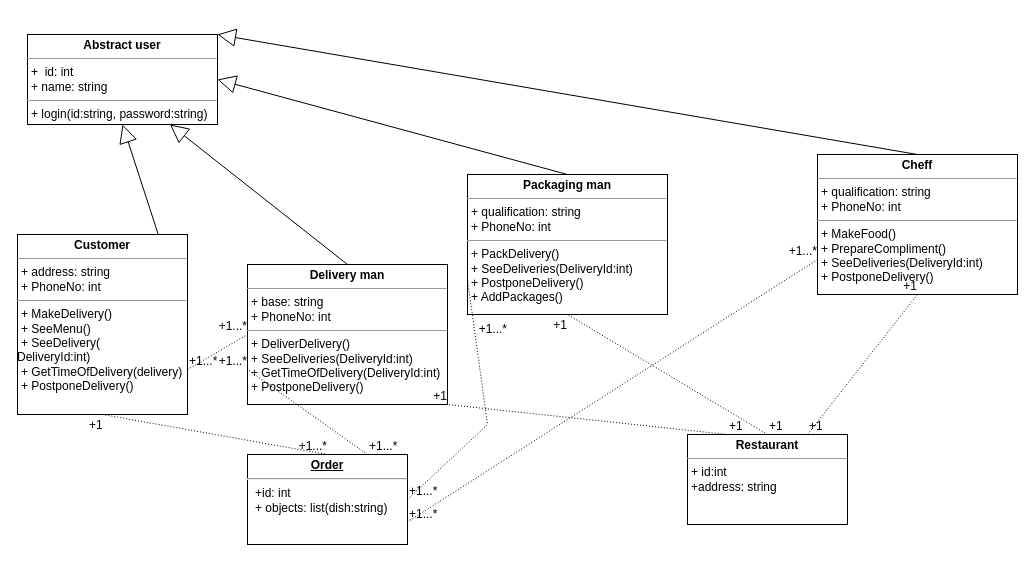
Earlier version of the draw.io diagram page "классов" (5 of 5) of Диаграмма без названия.drawio (MariaTolkacheva/Test-for-Tinkoff). Source tidied: cells renumbered, new cells numbered last; positions are measured from the earlier drawing's top-left corner, leaving out a move shared by most shapes. Both pictures are drawn from the tidied source at 100%, with x=0, y=0 at pixel (17, 34).
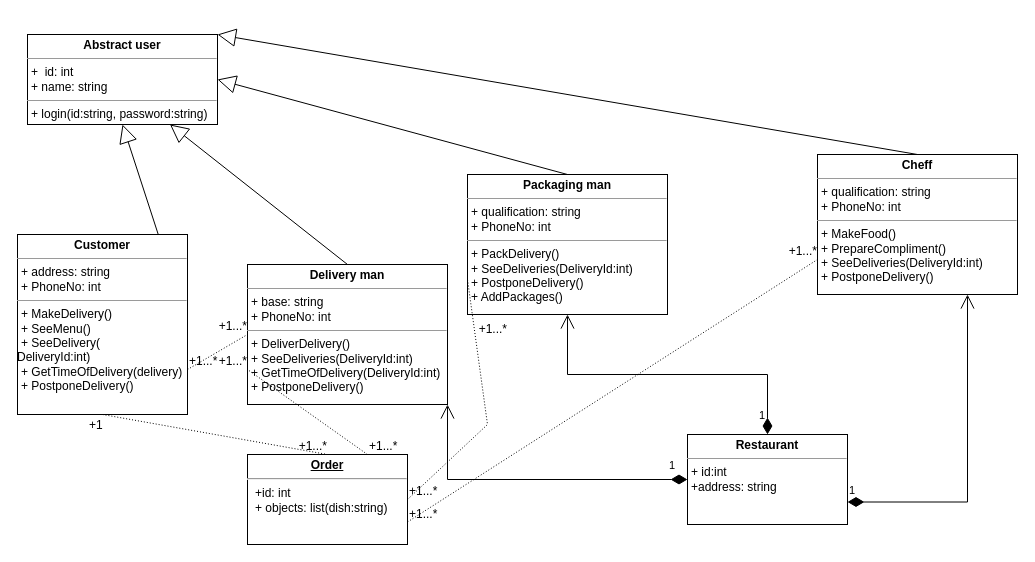
After the change.

Unchanged cells that the change refers to:
```xml
<mxCell id="2" value="&lt;p style=&quot;margin:0px;margin-top:4px;text-align:center;&quot;&gt;&lt;b&gt;Restaurant&lt;/b&gt;&lt;/p&gt;&lt;hr size=&quot;1&quot;&gt;&lt;p style=&quot;margin:0px;margin-left:4px;&quot;&gt;+ id:int&lt;/p&gt;&lt;p style=&quot;margin:0px;margin-left:4px;&quot;&gt;+address: string&lt;/p&gt;&lt;p style=&quot;margin:0px;margin-left:4px;&quot;&gt;&lt;br&gt;&lt;/p&gt;" style="verticalAlign=top;align=left;overflow=fill;fontSize=12;fontFamily=Helvetica;html=1;" parent="1" vertex="1">
  <mxGeometry x="670" y="400" width="160" height="90" as="geometry" />
</mxCell>
<mxCell id="8" value="&lt;p style=&quot;margin:0px;margin-top:4px;text-align:center;&quot;&gt;&lt;b&gt;Delivery man&lt;/b&gt;&lt;/p&gt;&lt;hr size=&quot;1&quot;&gt;&lt;p style=&quot;margin:0px;margin-left:4px;&quot;&gt;&lt;span style=&quot;background-color: initial;&quot;&gt;+ base: string&lt;/span&gt;&lt;br&gt;&lt;/p&gt;&lt;p style=&quot;margin:0px;margin-left:4px;&quot;&gt;+ PhoneNo: int&lt;/p&gt;&lt;hr size=&quot;1&quot;&gt;&lt;p style=&quot;margin:0px;margin-left:4px;&quot;&gt;+ DeliverDelivery()&lt;/p&gt;&lt;p style=&quot;margin:0px;margin-left:4px;&quot;&gt;&lt;span style=&quot;background-color: initial;&quot;&gt;+ SeeDeliveries(DeliveryId:int)&lt;/span&gt;&lt;br&gt;&lt;/p&gt;&lt;p style=&quot;margin:0px;margin-left:4px;&quot;&gt;+ GetTimeOfDelivery(DeliveryId:int)&lt;/p&gt;&lt;p style=&quot;margin:0px;margin-left:4px;&quot;&gt;+ PostponeDelivery()&lt;/p&gt;" style="verticalAlign=top;align=left;overflow=fill;fontSize=12;fontFamily=Helvetica;html=1;" parent="1" vertex="1">
  <mxGeometry x="230" y="230" width="200" height="140" as="geometry" />
</mxCell>
<mxCell id="19" value="&lt;p style=&quot;margin:0px;margin-top:4px;text-align:center;&quot;&gt;&lt;b&gt;Packaging man&lt;/b&gt;&lt;/p&gt;&lt;hr size=&quot;1&quot;&gt;&lt;p style=&quot;margin:0px;margin-left:4px;&quot;&gt;&lt;span style=&quot;background-color: initial;&quot;&gt;+ qualification: string&lt;/span&gt;&lt;br&gt;&lt;/p&gt;&lt;p style=&quot;margin:0px;margin-left:4px;&quot;&gt;+ PhoneNo: int&lt;/p&gt;&lt;hr size=&quot;1&quot;&gt;&lt;p style=&quot;margin:0px;margin-left:4px;&quot;&gt;+ PackDelivery()&lt;/p&gt;&lt;p style=&quot;margin:0px;margin-left:4px;&quot;&gt;&lt;span style=&quot;background-color: initial;&quot;&gt;+ SeeDeliveries(DeliveryId:int)&lt;/span&gt;&lt;/p&gt;&lt;p style=&quot;margin:0px;margin-left:4px;&quot;&gt;+ PostponeDelivery()&lt;/p&gt;&lt;p style=&quot;margin:0px;margin-left:4px;&quot;&gt;+ AddPackages()&lt;/p&gt;" style="verticalAlign=top;align=left;overflow=fill;fontSize=12;fontFamily=Helvetica;html=1;" parent="1" vertex="1">
  <mxGeometry x="450" y="140" width="200" height="140" as="geometry" />
</mxCell>
<mxCell id="24" value="&lt;p style=&quot;margin:0px;margin-top:4px;text-align:center;&quot;&gt;&lt;b&gt;Cheff&lt;/b&gt;&lt;/p&gt;&lt;hr size=&quot;1&quot;&gt;&lt;p style=&quot;margin:0px;margin-left:4px;&quot;&gt;&lt;span style=&quot;background-color: initial;&quot;&gt;+ qualification: string&lt;/span&gt;&lt;br&gt;&lt;/p&gt;&lt;p style=&quot;margin:0px;margin-left:4px;&quot;&gt;+ PhoneNo: int&lt;/p&gt;&lt;hr size=&quot;1&quot;&gt;&lt;p style=&quot;margin:0px;margin-left:4px;&quot;&gt;+ MakeFood()&lt;/p&gt;&lt;p style=&quot;margin:0px;margin-left:4px;&quot;&gt;+ PrepareCompliment()&lt;/p&gt;&lt;p style=&quot;margin:0px;margin-left:4px;&quot;&gt;&lt;span style=&quot;background-color: initial;&quot;&gt;+ SeeDeliveries(DeliveryId:int)&lt;/span&gt;&lt;/p&gt;&lt;p style=&quot;margin:0px;margin-left:4px;&quot;&gt;+ PostponeDelivery()&lt;/p&gt;" style="verticalAlign=top;align=left;overflow=fill;fontSize=12;fontFamily=Helvetica;html=1;" parent="1" vertex="1">
  <mxGeometry x="800" y="120" width="200" height="140" as="geometry" />
</mxCell>
```

The edit, as a diff of the source:
```diff
@@
-    <mxCell id="28" style="endArrow=none;html=1;rounded=0;dashed=1;dashPattern=1 2;entryX=0.5;entryY=1;entryDx=0;entryDy=0;exitX=0.75;exitY=0;exitDx=0;exitDy=0;" parent="1" edge="1" source="2" target="24">
-      <mxGeometry relative="1" as="geometry" />
+    <mxCell id="28" value="1" style="endArrow=open;html=1;endSize=12;startArrow=diamondThin;startSize=14;startFill=1;edgeStyle=orthogonalEdgeStyle;align=left;verticalAlign=bottom;rounded=0;exitX=1;exitY=0.75;exitDx=0;exitDy=0;entryX=0.75;entryY=1;entryDx=0;entryDy=0;" parent="1" edge="1" source="2" target="24">
+      <mxGeometry x="-1" y="3" relative="1" as="geometry" />
     </mxCell>
-    <mxCell id="29" value="+1" style="html=1;align=left;verticalAlign=bottom;" parent="28" vertex="1">
-      <mxGeometry x="-1" relative="1" as="geometry" />
-    </mxCell>
-    <mxCell id="30" value="+1" style="html=1;align=right;verticalAlign=bottom;" parent="28" vertex="1">
-      <mxGeometry x="1" relative="1" as="geometry" />
-    </mxCell>
+    <mxCell id="34" value="1" style="endArrow=open;html=1;endSize=12;startArrow=diamondThin;startSize=14;startFill=1;edgeStyle=orthogonalEdgeStyle;align=left;verticalAlign=bottom;rounded=0;entryX=1;entryY=1;entryDx=0;entryDy=0;exitX=0;exitY=0.5;exitDx=0;exitDy=0;" parent="1" edge="1" source="2" target="8">
+      <mxGeometry x="-0.87" y="-5" relative="1" as="geometry" />
+    </mxCell>
-    <mxCell id="31" style="endArrow=none;html=1;rounded=0;dashed=1;dashPattern=1 2;entryX=0.5;entryY=1;entryDx=0;entryDy=0;exitX=0.5;exitY=0;exitDx=0;exitDy=0;" parent="1" edge="1" source="2" target="19">
-      <mxGeometry relative="1" as="geometry" />
+    <mxCell id="31" value="1" style="endArrow=open;html=1;endSize=12;startArrow=diamondThin;startSize=14;startFill=1;edgeStyle=orthogonalEdgeStyle;align=left;verticalAlign=bottom;rounded=0;exitX=0.5;exitY=0;exitDx=0;exitDy=0;entryX=0.5;entryY=1;entryDx=0;entryDy=0;" parent="1" edge="1" source="2" target="19">
+      <mxGeometry x="-0.94" y="10" relative="1" as="geometry" />
     </mxCell>
-    <mxCell id="32" value="+1" style="html=1;align=left;verticalAlign=bottom;" parent="31" vertex="1">
-      <mxGeometry x="-1" relative="1" as="geometry" />
-    </mxCell>
-    <mxCell id="33" value="+1" style="html=1;align=right;verticalAlign=bottom;" parent="31" vertex="1">
-      <mxGeometry x="1" relative="1" as="geometry">
-        <mxPoint y="19" as="offset" />
-      </mxGeometry>
-    </mxCell>
-    <mxCell id="34" style="endArrow=none;html=1;rounded=0;dashed=1;dashPattern=1 2;entryX=1;entryY=1;entryDx=0;entryDy=0;exitX=0.25;exitY=0;exitDx=0;exitDy=0;" parent="1" edge="1" source="2" target="8">
-      <mxGeometry relative="1" as="geometry" />
-    </mxCell>
-    <mxCell id="35" value="+1" style="html=1;align=left;verticalAlign=bottom;" parent="34" vertex="1">
-      <mxGeometry x="-1" relative="1" as="geometry" />
-    </mxCell>
-    <mxCell id="36" value="+1" style="html=1;align=right;verticalAlign=bottom;" parent="34" vertex="1">
-      <mxGeometry x="1" relative="1" as="geometry" />
-    </mxCell>
```
